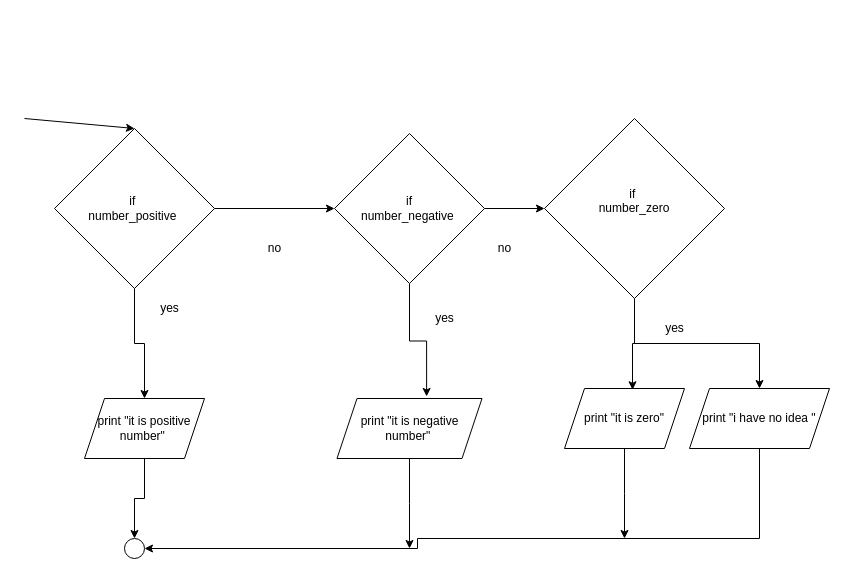
Earlier version of the draw.io diagram Flowchart.drawio (mohammedal-ess/ICS3U-Unit3-04-python). Source tidied: cells renumbered, new cells numbered last; positions are measured from the earlier drawing's top-left corner, leaving out a move shared by most shapes. Both pictures are drawn from the tidied source at 100%, with x=0, y=0 at pixel (24, 58).
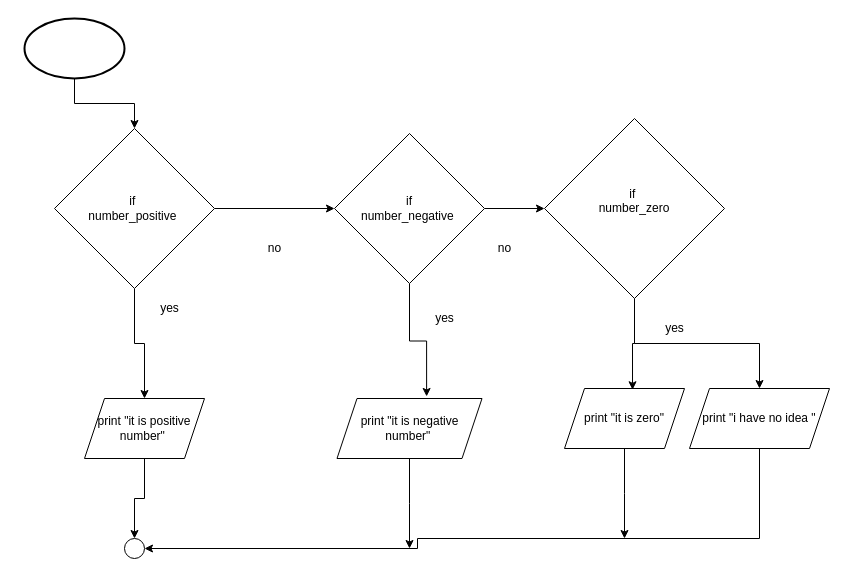
The same diagram, later.

The change refers to these unchanged cells:
```xml
<mxCell id="4" value="if&amp;nbsp;&lt;br&gt;number_positive&amp;nbsp;" style="rhombus;whiteSpace=wrap;html=1;" parent="1" vertex="1">
  <mxGeometry x="30" y="70" width="160" height="160" as="geometry" />
</mxCell>
<mxCell id="7" style="whiteSpace=wrap;html=1;" parent="1" vertex="1">
  <mxGeometry height="60" as="geometry" />
</mxCell>
```

Change to the diagram source:
```diff
@@
-    <mxCell id="6" style="edgeStyle=orthogonalEdgeStyle;html=1;entryX=0.5;entryY=0;entryDx=0;entryDy=0;rounded=0;" parent="1" edge="1" source="7" target="4">
-      <mxGeometry relative="1" as="geometry" />
-    </mxCell>
@@
+    <mxCell id="28" style="edgeStyle=orthogonalEdgeStyle;html=1;entryX=0.5;entryY=0;entryDx=0;entryDy=0;rounded=0;" parent="1" edge="1" source="29" target="4">
+      <mxGeometry relative="1" as="geometry" />
+    </mxCell>
+    <mxCell id="29" style="strokeWidth=2;html=1;shape=mxgraph.flowchart.start_1;whiteSpace=wrap;" parent="1" vertex="1">
+      <mxGeometry y="-40" width="100" height="60" as="geometry" />
+    </mxCell>
```
